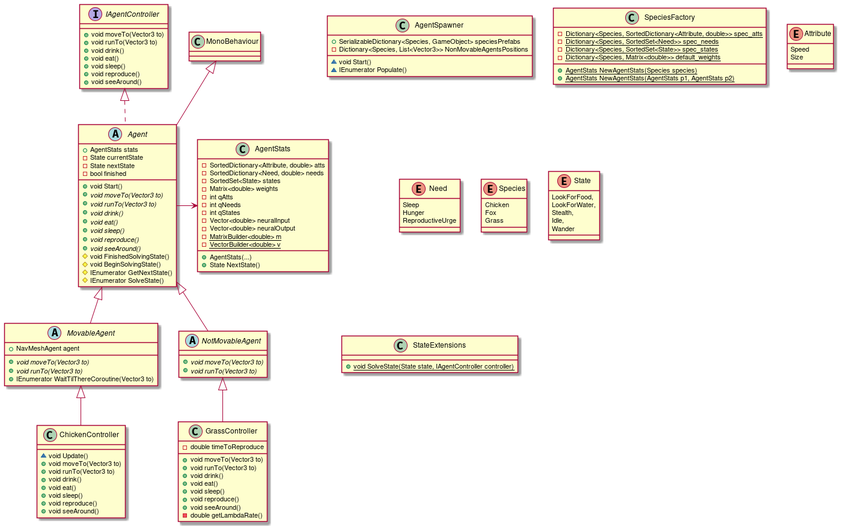
markovia-team/markovia keeps this PlantUML diagram as Assets/UMLs/General.png. Above is the earlier version.
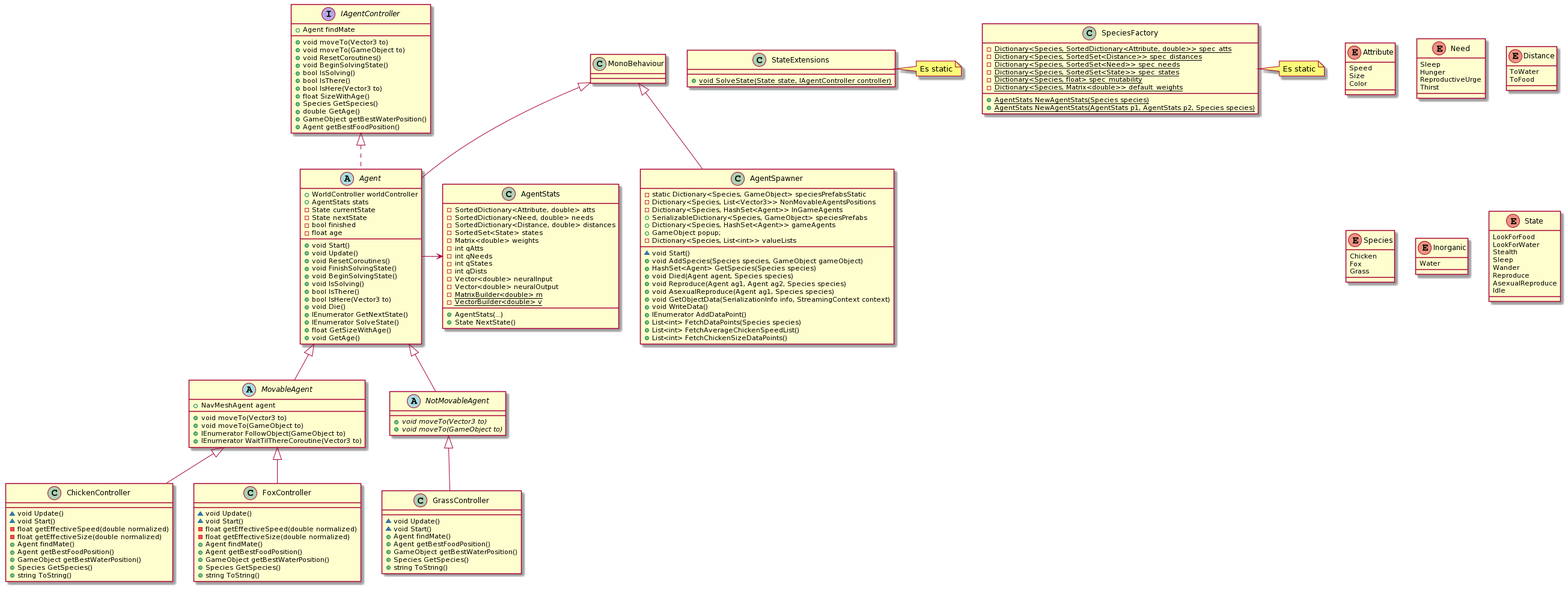
The same diagram one commit later.

What changed in the source:
```diff
@@ -1,86 +1,62 @@
 @startuml
-
 Agent <|-- MovableAgent
 MovableAgent <|-- ChickenController
+MovableAgent <|-- FoxController
 NotMovableAgent <|-- GrassController
 Agent <|-- NotMovableAgent
 IAgentController <|.. Agent
 Agent -> AgentStats
 MonoBehaviour <|-- Agent
-
+MonoBehaviour <|-- AgentSpawner
 
 interface IAgentController {
 +void moveTo(Vector3 to)
-+void runTo(Vector3 to)
-+void drink()
-+void eat()
-+void sleep()
-+void reproduce()
-+void seeAround()
++void moveTo(GameObject to)
++void ResetCoroutines()
++void BeginSolvingState()
++bool IsSolving()
++bool IsThere()
++bool IsHere(Vector3 to)
++float SizeWithAge()
++Species GetSpecies()
++double GetAge()
++GameObject getBestWaterPosition()
++Agent getBestFoodPosition()
++Agent findMate
 }
 
 abstract class Agent {
++WorldController worldController
 +AgentStats stats
 -State currentState
 -State nextState
 -bool finished
+-float age
 +void Start()
-+{abstract} void moveTo(Vector3 to)
-+{abstract} void runTo(Vector3 to)
-+{abstract} void drink()
-+{abstract} void eat()
-+{abstract} void sleep()
-+{abstract} void reproduce()
-+{abstract} void seeAround()
-#void FinishedSolvingState()
-#void BeginSolvingState()
-#IEnumerator GetNextState()
-#IEnumerator SolveState()
-}
-
-abstract class MovableAgent {
-+NavMeshAgent agent
-+{abstract} void moveTo(Vector3 to)
-+{abstract} void runTo(Vector3 to)
-+IEnumerator WaitTilThereCoroutine(Vector3 to)
-}
-
-abstract class NotMovableAgent {
-+{abstract} void moveTo(Vector3 to)
-+{abstract} void runTo(Vector3 to)
-}
-
-class ChickenController {
-~void Update()
-+void moveTo(Vector3 to)
-+void runTo(Vector3 to)
-+void drink()
-+void eat()
-+void sleep()
-+void reproduce()
-+void seeAround()
-}
-
-class GrassController {
--double timeToReproduce
-+void moveTo(Vector3 to)
-+void runTo(Vector3 to)
-+void drink()
-+void eat()
-+void sleep()
-+void reproduce()
-+void seeAround()
--double getLambdaRate()
++void Update()
++void ResetCoroutines()
++void FinishSolvingState()
++void BeginSolvingState()
++void IsSolving()
++bool IsThere()
++bool IsHere(Vector3 to)
++void Die()
++IEnumerator GetNextState()
++IEnumerator SolveState()
++float GetSizeWithAge()
++void GetAge()
 }
 
 class AgentStats {
 -SortedDictionary<Attribute, double> atts
 -SortedDictionary<Need, double> needs
+-SortedDictionary<Distance, double> distances
 -SortedSet<State> states
 -Matrix<double> weights
 -int qAtts
 -int qNeeds
 -int qStates
+-int qDists
 -Vector<double> neuralInput
 -Vector<double> neuralOutput
 -{static}MatrixBuilder<double> m
@@ -89,32 +65,105 @@
 +State NextState()
 }
 
+abstract class MovableAgent {
++NavMeshAgent agent
++void moveTo(Vector3 to)
++void moveTo(GameObject to)
++IEnumerator FollowObject(GameObject to)
++IEnumerator WaitTilThereCoroutine(Vector3 to)
+}
+
+abstract class NotMovableAgent {
++{abstract} void moveTo(Vector3 to)
++{abstract} void moveTo(GameObject to)
+}
+
+class ChickenController {
+~void Update()
+~void Start()
+-float getEffectiveSpeed(double normalized)
+-float getEffectiveSize(double normalized)
++Agent findMate()
++Agent getBestFoodPosition()
++GameObject getBestWaterPosition()
++Species GetSpecies()
++string ToString()
+}
+
+class GrassController {
+~void Update()
+~void Start()
++Agent findMate()
++Agent getBestFoodPosition()
++GameObject getBestWaterPosition()
++Species GetSpecies()
++string ToString()
+}
+
+class FoxController {
+~void Update()
+~void Start()
+-float getEffectiveSpeed(double normalized)
+-float getEffectiveSize(double normalized)
++Agent findMate()
++Agent getBestFoodPosition()
++GameObject getBestWaterPosition()
++Species GetSpecies()
++string ToString()
+}
+
+
 class AgentSpawner {
+-static Dictionary<Species, GameObject> speciesPrefabsStatic
+-Dictionary<Species, List<Vector3>> NonMovableAgentsPositions
+-Dictionary<Species, HashSet<Agent>> InGameAgents
 +SerializableDictionary<Species, GameObject> speciesPrefabs
--Dictionary<Species, List<Vector3>> NonMovableAgentsPositions
++Dictionary<Species, HashSet<Agent>> gameAgents
++GameObject popup;
+-Dictionary<Species, List<int>> valueLists
+
 ~void Start()
-~IEnumerator Populate()
++void AddSpecies(Species species, GameObject gameObject)
++HashSet<Agent> GetSpecies(Species species)
++void Died(Agent agent, Species species)
++void Reproduce(Agent ag1, Agent ag2, Species species)
++void AsexualReproduce(Agent ag1, Species species)
++void GetObjectData(SerializationInfo info, StreamingContext context)
++void WriteData()
++IEnumerator AddDataPoint()
++List<int> FetchDataPoints(Species species)
++List<int> FetchAverageChickenSpeedList()
++List<int> FetchChickenSizeDataPoints()
 }
 
 class SpeciesFactory {
 -{static} Dictionary<Species, SortedDictionary<Attribute, double>> spec_atts
+-{static} Dictionary<Species, SortedSet<Distance>> spec_distances
 -{static} Dictionary<Species, SortedSet<Need>> spec_needs
 -{static} Dictionary<Species, SortedSet<State>> spec_states
+-{static} Dictionary<Species, float> spec_mutability
 -{static} Dictionary<Species, Matrix<double>> default_weights
 +{static} AgentStats NewAgentStats(Species species)
-+{static} AgentStats NewAgentStats(AgentStats p1, AgentStats p2)
++{static} AgentStats NewAgentStats(AgentStats p1, AgentStats p2, Species species)
 }
 
 
 enum Attribute {
 Speed
 Size
+Color
 }
 
 enum Need {
 Sleep
 Hunger
 ReproductiveUrge
+Thirst
+}
+
+enum Distance {
+ToWater
+ToFood
 }
 
 enum Species {
@@ -123,17 +172,31 @@
 Grass
 }
 
+enum Inorganic {
+Water
+}
+
 enum State {
-    LookForFood,
-    LookForWater,
-    Stealth,
-    Idle,
-    Wander
+LookForFood
+LookForWater
+Stealth
+Sleep
+Wander
+Reproduce
+AsexualReproduce
+Idle
 }
 
 class StateExtensions {
 +{static} void SolveState(State state, IAgentController controller)
 }
 
+note right of StateExtensions
+Es static
+end note
+
+note right of SpeciesFactory
+Es static
+end note
 
 @enduml
```
